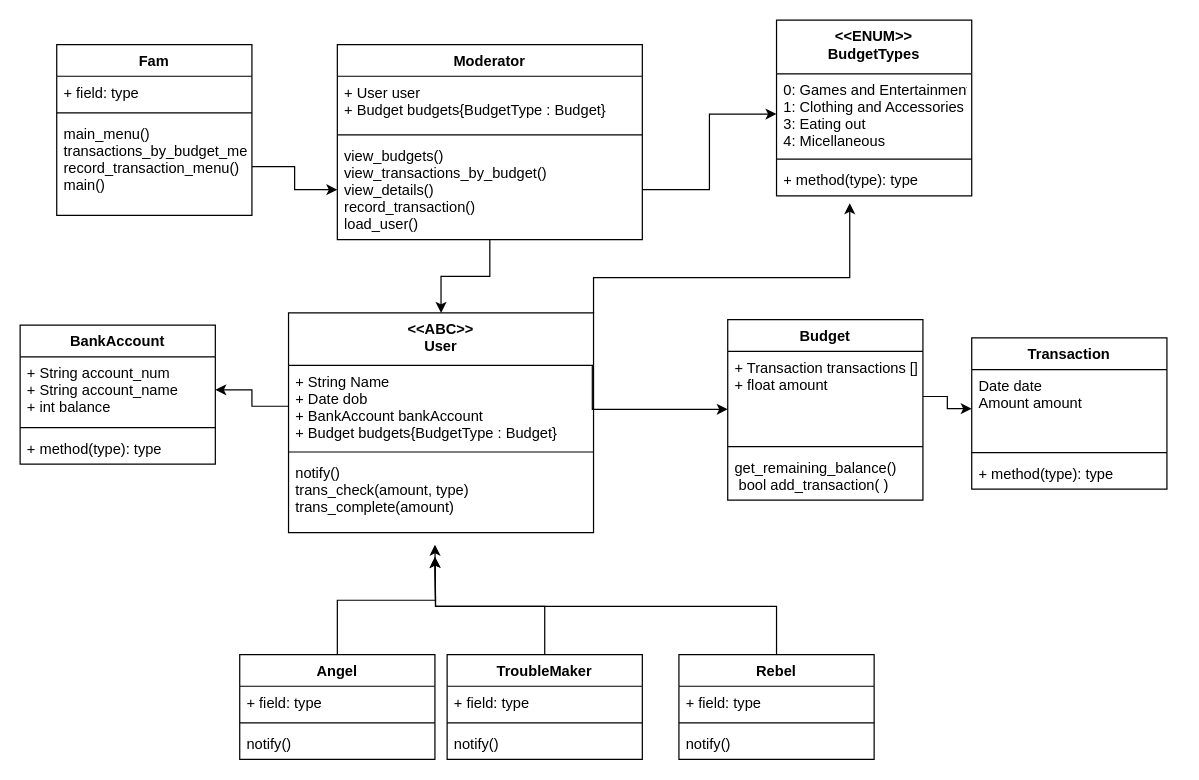
Above: Assignments/Assignment1/3522_ass_1.drawio in NickMcGrath/3522_A00931408 (draw.io), before the change. Source tidied: cells renumbered, new cells numbered last; positions are measured from the earlier drawing's top-left corner, leaving out a move shared by most shapes. Both pictures are drawn from the tidied source at 122%, with x=0, y=0 at pixel (20, 20).
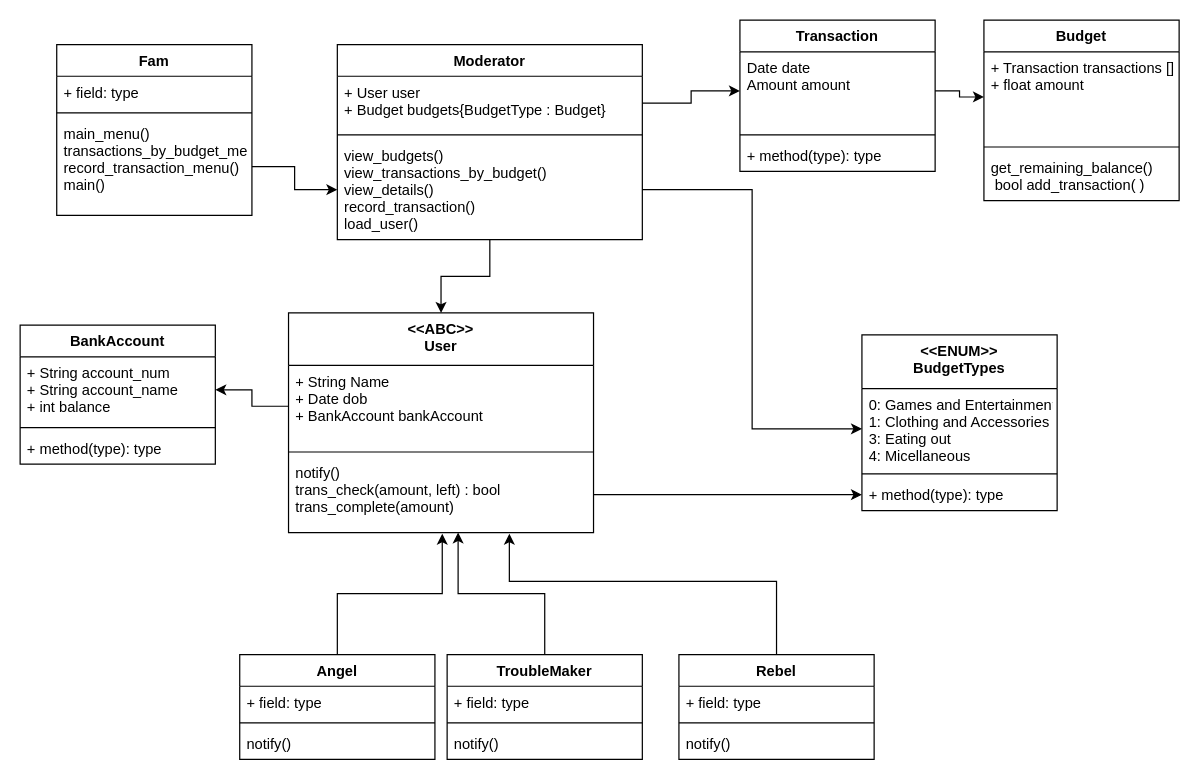
Above is the later version.

Commit message (it also covers changes not shown here):
Refactored the budget to be in the moderator only

Unchanged cells that the change refers to:
```xml
<mxCell id="3" value="+ Transaction transactions []&#10;+ float amount" style="text;strokeColor=none;fillColor=none;align=left;verticalAlign=top;spacingLeft=4;spacingRight=4;overflow=hidden;points=[[0,0.5],[1,0.5]];portConstraint=eastwest;" parent="2" vertex="1">
  <mxGeometry y="26" width="160" height="74" as="geometry" />
</mxCell>
<mxCell id="7" value="Date date&#10;Amount amount" style="text;strokeColor=none;fillColor=none;align=left;verticalAlign=top;spacingLeft=4;spacingRight=4;overflow=hidden;points=[[0,0.5],[1,0.5]];portConstraint=eastwest;" parent="6" vertex="1">
  <mxGeometry y="26" width="160" height="64" as="geometry" />
</mxCell>
<mxCell id="10" value="&lt;&lt;ABC&gt;&gt;&#10;User" style="swimlane;fontStyle=1;align=center;verticalAlign=top;horizontal=1;startSize=43;" parent="1" vertex="1">
  <mxGeometry x="220" y="240" width="250" height="180" as="geometry" />
</mxCell>
<mxCell id="17" value="+ User user&#10;+ Budget budgets{BudgetType : Budget}" style="text;strokeColor=none;fillColor=none;align=left;verticalAlign=top;spacingLeft=4;spacingRight=4;overflow=hidden;points=[[0,0.5],[1,0.5]];portConstraint=eastwest;" parent="16" vertex="1">
  <mxGeometry y="26" width="250" height="44" as="geometry" />
</mxCell>
<mxCell id="21" value="TroubleMaker" style="swimlane;fontStyle=1;align=center;verticalAlign=top;horizontal=1;startSize=26;" parent="1" vertex="1">
  <mxGeometry x="350" y="520" width="160" height="86" as="geometry" />
</mxCell>
<mxCell id="26" value="Rebel" style="swimlane;fontStyle=1;align=center;verticalAlign=top;horizontal=1;startSize=26;" parent="1" vertex="1">
  <mxGeometry x="540" y="520" width="160" height="86" as="geometry" />
</mxCell>
<mxCell id="31" value="Angel" style="swimlane;fontStyle=1;align=center;verticalAlign=top;horizontal=1;startSize=26;" parent="1" vertex="1">
  <mxGeometry x="180" y="520" width="160" height="86" as="geometry" />
</mxCell>
<mxCell id="46" value="+ method(type): type" style="text;strokeColor=none;fillColor=none;align=left;verticalAlign=top;spacingLeft=4;spacingRight=4;overflow=hidden;points=[[0,0.5],[1,0.5]];portConstraint=eastwest;" parent="43" vertex="1">
  <mxGeometry y="118" width="160" height="26" as="geometry" />
</mxCell>
```

Change to the diagram source:
```diff
@@
     <mxCell id="2" value="Budget" style="swimlane;fontStyle=1;align=center;verticalAlign=top;horizontal=1;startSize=26;" parent="1" vertex="1">
-      <mxGeometry x="580" y="245.5" width="160" height="148" as="geometry" />
+      <mxGeometry x="790" width="160" height="148" as="geometry" />
     </mxCell>
@@
     <mxCell id="6" value="Transaction" style="swimlane;fontStyle=1;align=center;verticalAlign=top;horizontal=1;startSize=26;" parent="1" vertex="1">
-      <mxGeometry x="780" y="260.5" width="160" height="124" as="geometry" />
+      <mxGeometry x="590" width="160" height="124" as="geometry" />
     </mxCell>
@@
-    <mxCell id="11" value="+ String Name&#10;+ Date dob&#10;+ BankAccount bankAccount&#10;+ Budget budgets{BudgetType : Budget}" style="text;strokeColor=none;fillColor=none;align=left;verticalAlign=top;spacingLeft=4;spacingRight=4;overflow=hidden;points=[[0,0.5],[1,0.5]];portConstraint=eastwest;" parent="10" vertex="1">
+    <mxCell id="11" value="+ String Name&#10;+ Date dob&#10;+ BankAccount bankAccount" style="text;strokeColor=none;fillColor=none;align=left;verticalAlign=top;spacingLeft=4;spacingRight=4;overflow=hidden;points=[[0,0.5],[1,0.5]];portConstraint=eastwest;" parent="10" vertex="1">
       <mxGeometry y="43" width="250" height="67" as="geometry" />
     </mxCell>
@@
-    <mxCell id="13" value="notify()&#10;trans_check(amount, type)&#10;trans_complete(amount)" style="text;strokeColor=none;fillColor=none;align=left;verticalAlign=top;spacingLeft=4;spacingRight=4;overflow=hidden;points=[[0,0.5],[1,0.5]];portConstraint=eastwest;" parent="10" vertex="1">
+    <mxCell id="13" value="notify()&#10;trans_check(amount, left) : bool&#10;trans_complete(amount)" style="text;strokeColor=none;fillColor=none;align=left;verticalAlign=top;spacingLeft=4;spacingRight=4;overflow=hidden;points=[[0,0.5],[1,0.5]];portConstraint=eastwest;" parent="10" vertex="1">
       <mxGeometry y="118" width="250" height="62" as="geometry" />
     </mxCell>
@@
-    <mxCell id="15" style="edgeStyle=orthogonalEdgeStyle;rounded=0;jettySize=auto;html=1;exitX=0.996;exitY=0.007;exitDx=0;exitDy=0;exitPerimeter=0;" parent="1" edge="1" source="11" target="2">
-      <mxGeometry relative="1" as="geometry">
-        <Array as="points">
-          <mxPoint x="469" y="319" />
-        </Array>
-      </mxGeometry>
-    </mxCell>
@@
-    <mxCell id="20" style="edgeStyle=orthogonalEdgeStyle;rounded=0;jettySize=auto;html=1;exitX=0.5;exitY=0;exitDx=0;exitDy=0;" parent="1" edge="1" source="21">
-      <mxGeometry relative="1" as="geometry">
-        <mxPoint x="340" y="440" as="targetPoint" />
-      </mxGeometry>
-    </mxCell>
+    <mxCell id="52" style="edgeStyle=orthogonalEdgeStyle;rounded=0;jettySize=auto;html=1;exitX=0.5;exitY=0;exitDx=0;exitDy=0;entryX=0.556;entryY=1;entryDx=0;entryDy=0;entryPerimeter=0;" parent="1" edge="1" source="21" target="13">
+      <mxGeometry relative="1" as="geometry" />
+    </mxCell>
@@
-    <mxCell id="25" style="edgeStyle=orthogonalEdgeStyle;rounded=0;jettySize=auto;html=1;exitX=0.5;exitY=0;exitDx=0;exitDy=0;" parent="1" edge="1" source="26">
-      <mxGeometry relative="1" as="geometry">
-        <mxPoint x="340" y="440" as="targetPoint" />
-      </mxGeometry>
-    </mxCell>
+    <mxCell id="53" style="edgeStyle=orthogonalEdgeStyle;rounded=0;jettySize=auto;html=1;exitX=0.5;exitY=0;exitDx=0;exitDy=0;entryX=0.724;entryY=1.016;entryDx=0;entryDy=0;entryPerimeter=0;" parent="1" edge="1" source="26" target="13">
+      <mxGeometry relative="1" as="geometry">
+        <Array as="points">
+          <mxPoint x="620" y="460" />
+          <mxPoint x="401" y="460" />
+        </Array>
+      </mxGeometry>
+    </mxCell>
@@
-    <mxCell id="30" style="edgeStyle=orthogonalEdgeStyle;rounded=0;jettySize=auto;html=1;exitX=0.5;exitY=0;exitDx=0;exitDy=0;" parent="1" edge="1" source="31">
-      <mxGeometry relative="1" as="geometry">
-        <mxPoint x="340" y="430" as="targetPoint" />
-      </mxGeometry>
-    </mxCell>
+    <mxCell id="54" style="edgeStyle=orthogonalEdgeStyle;rounded=0;jettySize=auto;html=1;exitX=0.5;exitY=0;exitDx=0;exitDy=0;entryX=0.504;entryY=1.016;entryDx=0;entryDy=0;entryPerimeter=0;" parent="1" edge="1" source="31" target="13">
+      <mxGeometry relative="1" as="geometry" />
+    </mxCell>
@@
     <mxCell id="43" value="&lt;&lt;ENUM&gt;&gt;&#10;BudgetTypes" style="swimlane;fontStyle=1;align=center;verticalAlign=top;horizontal=1;startSize=44;" parent="1" vertex="1">
-      <mxGeometry x="620" width="160" height="144" as="geometry" />
+      <mxGeometry x="690" y="258" width="160" height="144" as="geometry" />
     </mxCell>
@@
-    <mxCell id="49" style="edgeStyle=orthogonalEdgeStyle;rounded=0;jettySize=auto;html=1;exitX=1;exitY=0.5;exitDx=0;exitDy=0;" parent="1" edge="1" source="3" target="7">
-      <mxGeometry relative="1" as="geometry" />
-    </mxCell>
@@
-    <mxCell id="51" style="edgeStyle=orthogonalEdgeStyle;rounded=0;jettySize=auto;html=1;exitX=1;exitY=0;exitDx=0;exitDy=0;" parent="1" edge="1" source="10">
-      <mxGeometry relative="1" as="geometry">
-        <mxPoint x="680" y="150" as="targetPoint" />
-        <Array as="points">
-          <mxPoint x="470" y="211" />
-          <mxPoint x="680" y="211" />
-        </Array>
-      </mxGeometry>
-    </mxCell>
+    <mxCell id="55" style="edgeStyle=orthogonalEdgeStyle;rounded=0;jettySize=auto;html=1;exitX=1;exitY=0.5;exitDx=0;exitDy=0;entryX=0;entryY=0.5;entryDx=0;entryDy=0;" parent="1" edge="1" source="13" target="46">
+      <mxGeometry relative="1" as="geometry" />
+    </mxCell>
+    <mxCell id="56" style="edgeStyle=orthogonalEdgeStyle;rounded=0;jettySize=auto;html=1;exitX=1;exitY=0.5;exitDx=0;exitDy=0;entryX=0;entryY=0.5;entryDx=0;entryDy=0;" parent="1" edge="1" source="17" target="7">
+      <mxGeometry relative="1" as="geometry" />
+    </mxCell>
+    <mxCell id="57" style="edgeStyle=orthogonalEdgeStyle;rounded=0;jettySize=auto;html=1;" parent="1" edge="1" source="7" target="3">
+      <mxGeometry relative="1" as="geometry" />
+    </mxCell>
```
